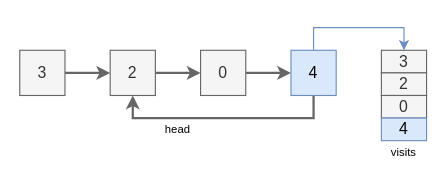
Above: page "1_2" (2 of 5) of problems/problem141.drawio in hanggrian/grind-leetcode (draw.io), before the change. Source tidied: cells renumbered, new cells numbered last; positions are measured from the earlier drawing's top-left corner, leaving out a move shared by most shapes. Both pictures are drawn from the tidied source at 113%, with x=0, y=0 at pixel (19, 27).
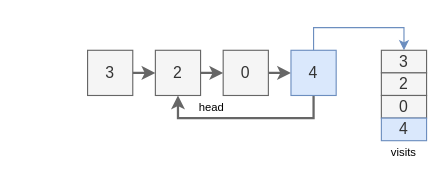
Above is the later version.

Change to the diagram source:
```diff
@@
 <mxGraphModel>
   <root>
     <mxCell id="0" />
     <mxCell id="1" parent="0" />
     <mxCell id="2" style="edgeStyle=orthogonalEdgeStyle;rounded=0;jettySize=auto;html=1;exitX=1;exitY=0.5;exitDx=0;exitDy=0;entryX=0;entryY=0.5;entryDx=0;entryDy=0;fillColor=#f5f5f5;strokeColor=#666666;strokeWidth=2;" parent="1" edge="1" source="4" target="6">
       <mxGeometry relative="1" as="geometry" />
     </mxCell>
     <mxCell id="3" style="edgeStyle=orthogonalEdgeStyle;rounded=0;jettySize=auto;html=1;exitX=0.5;exitY=0;exitDx=0;exitDy=0;entryX=0.5;entryY=0;entryDx=0;entryDy=0;fillColor=#dae8fc;strokeColor=#6c8ebf;" parent="1" edge="1" source="10" target="12">
       <mxGeometry relative="1" as="geometry">
         <Array as="points">
-          <mxPoint x="260" />
-          <mxPoint x="340" />
+          <mxPoint x="320" />
+          <mxPoint x="400" />
         </Array>
       </mxGeometry>
     </mxCell>
     <mxCell id="4" value="3" style="text;html=1;align=center;verticalAlign=middle;whiteSpace=wrap;rounded=0;fillColor=#f5f5f5;strokeColor=#666666;fontSize=14;fontColor=#333333;" parent="1" vertex="1">
-      <mxGeometry y="20" width="40" height="40" as="geometry" />
+      <mxGeometry x="60" y="20" width="40" height="40" as="geometry" />
     </mxCell>
     <mxCell id="5" style="edgeStyle=orthogonalEdgeStyle;rounded=0;jettySize=auto;html=1;exitX=1;exitY=0.5;exitDx=0;exitDy=0;entryX=0;entryY=0.5;entryDx=0;entryDy=0;fillColor=#f5f5f5;strokeColor=#666666;strokeWidth=2;" parent="1" edge="1" source="6" target="8">
       <mxGeometry relative="1" as="geometry" />
     </mxCell>
     <mxCell id="6" value="2" style="text;html=1;align=center;verticalAlign=middle;whiteSpace=wrap;rounded=0;fillColor=#f5f5f5;strokeColor=#666666;fontSize=14;fontColor=#333333;" parent="1" vertex="1">
-      <mxGeometry x="80" y="20" width="40" height="40" as="geometry" />
+      <mxGeometry x="120" y="20" width="40" height="40" as="geometry" />
     </mxCell>
     <mxCell id="7" style="edgeStyle=orthogonalEdgeStyle;rounded=0;jettySize=auto;html=1;exitX=1;exitY=0.5;exitDx=0;exitDy=0;entryX=0;entryY=0.5;entryDx=0;entryDy=0;fillColor=#f5f5f5;strokeColor=#666666;strokeWidth=2;" parent="1" edge="1" source="8" target="10">
       <mxGeometry relative="1" as="geometry" />
     </mxCell>
     <mxCell id="8" value="0" style="text;html=1;align=center;verticalAlign=middle;whiteSpace=wrap;rounded=0;fillColor=#f5f5f5;strokeColor=#666666;fontSize=14;fontColor=#333333;" parent="1" vertex="1">
-      <mxGeometry x="160" y="20" width="40" height="40" as="geometry" />
+      <mxGeometry x="180" y="20" width="40" height="40" as="geometry" />
     </mxCell>
     <mxCell id="9" style="edgeStyle=orthogonalEdgeStyle;rounded=0;jettySize=auto;html=1;exitX=0.5;exitY=1;exitDx=0;exitDy=0;entryX=0.5;entryY=1;entryDx=0;entryDy=0;strokeWidth=2;fillColor=#f5f5f5;strokeColor=#666666;" parent="1" edge="1" source="10" target="6">
       <mxGeometry relative="1" as="geometry" />
     </mxCell>
-    <mxCell id="10" value="4" style="text;html=1;align=center;verticalAlign=middle;whiteSpace=wrap;rounded=0;fillColor=#dae8fc;strokeColor=#6c8ebf;fontSize=14;" parent="1" vertex="1">
+    <mxCell id="10" value="4" style="text;html=1;align=center;verticalAlign=middle;whiteSpace=wrap;rounded=0;fillColor=#dae8fc;strokeColor=#6c8ebf;fontSize=14;fontColor=#333333;" parent="1" vertex="1">
       <mxGeometry x="240" y="20" width="40" height="40" as="geometry" />
     </mxCell>
     <mxCell id="11" value="head" style="text;html=1;align=center;verticalAlign=middle;whiteSpace=wrap;rounded=0;fontSize=10;" parent="1" vertex="1">
-      <mxGeometry y="80" width="280" height="20" as="geometry" />
+      <mxGeometry x="60" y="60" width="220" height="20" as="geometry" />
     </mxCell>
     <mxCell id="12" value="3" style="text;html=1;align=center;verticalAlign=middle;whiteSpace=wrap;rounded=0;fillColor=#f5f5f5;strokeColor=#666666;fontSize=14;fontColor=#333333;" parent="1" vertex="1">
       <mxGeometry x="320" y="20" width="40" height="20" as="geometry" />
     </mxCell>
     <mxCell id="13" value="2" style="text;html=1;align=center;verticalAlign=middle;whiteSpace=wrap;rounded=0;fillColor=#f5f5f5;strokeColor=#666666;fontSize=14;fontColor=#333333;" parent="1" vertex="1">
       <mxGeometry x="320" y="40" width="40" height="20" as="geometry" />
     </mxCell>
     <mxCell id="14" value="0" style="text;html=1;align=center;verticalAlign=middle;whiteSpace=wrap;rounded=0;fillColor=#f5f5f5;strokeColor=#666666;fontSize=14;fontColor=#333333;" parent="1" vertex="1">
       <mxGeometry x="320" y="60" width="40" height="20" as="geometry" />
     </mxCell>
     <mxCell id="15" value="visits" style="text;html=1;align=center;verticalAlign=middle;whiteSpace=wrap;rounded=0;fontSize=10;" parent="1" vertex="1">
       <mxGeometry x="320" y="100" width="40" height="20" as="geometry" />
     </mxCell>
-    <mxCell id="16" value="4" style="text;html=1;align=center;verticalAlign=middle;whiteSpace=wrap;rounded=0;fillColor=#dae8fc;strokeColor=#6c8ebf;fontSize=14;" parent="1" vertex="1">
+    <mxCell id="16" value="4" style="text;html=1;align=center;verticalAlign=middle;whiteSpace=wrap;rounded=0;fillColor=#dae8fc;strokeColor=#6c8ebf;fontSize=14;fontColor=#333333;" parent="1" vertex="1">
       <mxGeometry x="320" y="80" width="40" height="20" as="geometry" />
     </mxCell>
   </root>
 </mxGraphModel>
```
